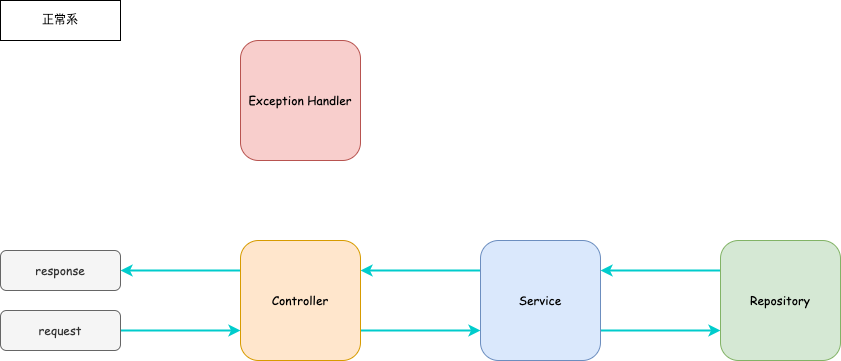
This is text/7. ExceptionHandlerについて/_images/ExceptionHandler-ok.drawio.png from 326-T/springboot-handson, a draw.io export, as it was before one commit. Source tidied: cells renumbered, new cells last; positions are measured from the earlier drawing's top-left corner, leaving out a move shared by most shapes. Source of this version:
```xml
<mxGraphModel>
  <root>
    <mxCell id="0" />
    <mxCell id="1" parent="0" />
    <mxCell id="2" style="edgeStyle=none;html=1;exitX=1;exitY=0.75;exitDx=0;exitDy=0;entryX=0;entryY=0.75;entryDx=0;entryDy=0;fontColor=#0000FF;fontSize=13;strokeColor=#00CCCC;strokeWidth=2;" parent="1" edge="1" source="4" target="6">
      <mxGeometry relative="1" as="geometry" />
    </mxCell>
    <mxCell id="3" style="edgeStyle=none;html=1;exitX=0;exitY=0.25;exitDx=0;exitDy=0;entryX=1;entryY=0.25;entryDx=0;entryDy=0;fontColor=#0000FF;fontSize=13;strokeColor=#00CCCC;strokeWidth=2;" parent="1" edge="1" source="4" target="9">
      <mxGeometry relative="1" as="geometry" />
    </mxCell>
    <mxCell id="4" value="Service" style="whiteSpace=wrap;html=1;fillColor=#dae8fc;strokeColor=#6c8ebf;rounded=1;fontFamily=Comic Sans MS;" parent="1" vertex="1">
      <mxGeometry x="480" y="240" width="120" height="120" as="geometry" />
    </mxCell>
    <mxCell id="5" style="edgeStyle=none;html=1;exitX=0;exitY=0.25;exitDx=0;exitDy=0;entryX=1;entryY=0.25;entryDx=0;entryDy=0;fontColor=#0000FF;fontSize=13;strokeColor=#00CCCC;strokeWidth=2;" parent="1" edge="1" source="6" target="4">
      <mxGeometry relative="1" as="geometry" />
    </mxCell>
    <mxCell id="6" value="Repository" style="whiteSpace=wrap;html=1;fillColor=#d5e8d4;strokeColor=#82b366;rounded=1;fontFamily=Comic Sans MS;" parent="1" vertex="1">
      <mxGeometry x="720" y="240" width="120" height="120" as="geometry" />
    </mxCell>
    <mxCell id="7" style="edgeStyle=none;html=1;exitX=0;exitY=0.25;exitDx=0;exitDy=0;entryX=1;entryY=0.5;entryDx=0;entryDy=0;fontColor=#0000FF;fontSize=13;strokeColor=#00CCCC;strokeWidth=2;" parent="1" edge="1" source="9" target="13">
      <mxGeometry relative="1" as="geometry" />
    </mxCell>
    <mxCell id="8" style="edgeStyle=none;html=1;exitX=1;exitY=0.75;exitDx=0;exitDy=0;entryX=0;entryY=0.75;entryDx=0;entryDy=0;fontColor=#0000FF;fontSize=13;strokeColor=#00CCCC;strokeWidth=2;" parent="1" edge="1" source="9" target="4">
      <mxGeometry relative="1" as="geometry" />
    </mxCell>
    <mxCell id="9" value="Controller" style="whiteSpace=wrap;html=1;rounded=1;fillColor=#ffe6cc;strokeColor=#d79b00;fontFamily=Comic Sans MS;" parent="1" vertex="1">
      <mxGeometry x="240" y="240" width="120" height="120" as="geometry" />
    </mxCell>
    <mxCell id="10" value="Exception Handler" style="whiteSpace=wrap;html=1;rounded=1;fillColor=#f8cecc;strokeColor=#b85450;fontFamily=Comic Sans MS;" parent="1" vertex="1">
      <mxGeometry x="240" y="40" width="120" height="120" as="geometry" />
    </mxCell>
    <mxCell id="11" style="edgeStyle=none;html=1;exitX=1;exitY=0.5;exitDx=0;exitDy=0;entryX=0;entryY=0.75;entryDx=0;entryDy=0;fontColor=#0000FF;fontSize=13;strokeColor=#00CCCC;strokeWidth=2;" parent="1" edge="1" source="12" target="9">
      <mxGeometry relative="1" as="geometry" />
    </mxCell>
    <mxCell id="12" value="request" style="whiteSpace=wrap;html=1;fillColor=#f5f5f5;fontColor=#333333;strokeColor=#666666;rounded=1;fontFamily=Comic Sans MS;" parent="1" vertex="1">
      <mxGeometry y="310" width="120" height="40" as="geometry" />
    </mxCell>
    <mxCell id="13" value="response" style="whiteSpace=wrap;html=1;fillColor=#f5f5f5;fontColor=#333333;strokeColor=#666666;rounded=1;fontFamily=Comic Sans MS;" parent="1" vertex="1">
      <mxGeometry y="250" width="120" height="40" as="geometry" />
    </mxCell>
    <mxCell id="14" value="正常系" style="whiteSpace=wrap;html=1;" parent="1" vertex="1">
      <mxGeometry width="120" height="40" as="geometry" />
    </mxCell>
  </root>
</mxGraphModel>
```
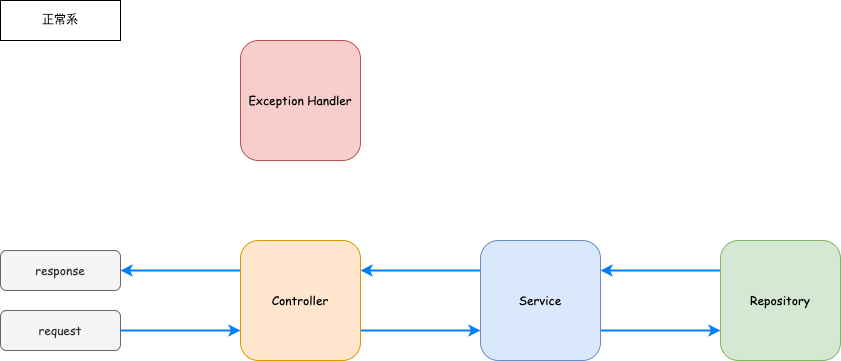
After the commit.

What changed in the source:
```diff
@@ -2,25 +2,25 @@
   <root>
     <mxCell id="0" />
     <mxCell id="1" parent="0" />
-    <mxCell id="2" style="edgeStyle=none;html=1;exitX=1;exitY=0.75;exitDx=0;exitDy=0;entryX=0;entryY=0.75;entryDx=0;entryDy=0;fontColor=#0000FF;fontSize=13;strokeColor=#00CCCC;strokeWidth=2;" parent="1" edge="1" source="4" target="6">
+    <mxCell id="2" style="edgeStyle=none;html=1;exitX=1;exitY=0.75;exitDx=0;exitDy=0;entryX=0;entryY=0.75;entryDx=0;entryDy=0;fontColor=#0000FF;fontSize=13;strokeColor=#007FFF;strokeWidth=2;" parent="1" edge="1" source="4" target="6">
       <mxGeometry relative="1" as="geometry" />
     </mxCell>
-    <mxCell id="3" style="edgeStyle=none;html=1;exitX=0;exitY=0.25;exitDx=0;exitDy=0;entryX=1;entryY=0.25;entryDx=0;entryDy=0;fontColor=#0000FF;fontSize=13;strokeColor=#00CCCC;strokeWidth=2;" parent="1" edge="1" source="4" target="9">
+    <mxCell id="3" style="edgeStyle=none;html=1;exitX=0;exitY=0.25;exitDx=0;exitDy=0;entryX=1;entryY=0.25;entryDx=0;entryDy=0;fontColor=#0000FF;fontSize=13;strokeColor=#007FFF;strokeWidth=2;" parent="1" edge="1" source="4" target="9">
       <mxGeometry relative="1" as="geometry" />
     </mxCell>
     <mxCell id="4" value="Service" style="whiteSpace=wrap;html=1;fillColor=#dae8fc;strokeColor=#6c8ebf;rounded=1;fontFamily=Comic Sans MS;" parent="1" vertex="1">
       <mxGeometry x="480" y="240" width="120" height="120" as="geometry" />
     </mxCell>
-    <mxCell id="5" style="edgeStyle=none;html=1;exitX=0;exitY=0.25;exitDx=0;exitDy=0;entryX=1;entryY=0.25;entryDx=0;entryDy=0;fontColor=#0000FF;fontSize=13;strokeColor=#00CCCC;strokeWidth=2;" parent="1" edge="1" source="6" target="4">
+    <mxCell id="5" style="edgeStyle=none;html=1;exitX=0;exitY=0.25;exitDx=0;exitDy=0;entryX=1;entryY=0.25;entryDx=0;entryDy=0;fontColor=#0000FF;fontSize=13;strokeColor=#007FFF;strokeWidth=2;" parent="1" edge="1" source="6" target="4">
       <mxGeometry relative="1" as="geometry" />
     </mxCell>
     <mxCell id="6" value="Repository" style="whiteSpace=wrap;html=1;fillColor=#d5e8d4;strokeColor=#82b366;rounded=1;fontFamily=Comic Sans MS;" parent="1" vertex="1">
       <mxGeometry x="720" y="240" width="120" height="120" as="geometry" />
     </mxCell>
-    <mxCell id="7" style="edgeStyle=none;html=1;exitX=0;exitY=0.25;exitDx=0;exitDy=0;entryX=1;entryY=0.5;entryDx=0;entryDy=0;fontColor=#0000FF;fontSize=13;strokeColor=#00CCCC;strokeWidth=2;" parent="1" edge="1" source="9" target="13">
+    <mxCell id="7" style="edgeStyle=none;html=1;exitX=0;exitY=0.25;exitDx=0;exitDy=0;entryX=1;entryY=0.5;entryDx=0;entryDy=0;fontColor=#0000FF;fontSize=13;strokeColor=#007FFF;strokeWidth=2;" parent="1" edge="1" source="9" target="13">
       <mxGeometry relative="1" as="geometry" />
     </mxCell>
-    <mxCell id="8" style="edgeStyle=none;html=1;exitX=1;exitY=0.75;exitDx=0;exitDy=0;entryX=0;entryY=0.75;entryDx=0;entryDy=0;fontColor=#0000FF;fontSize=13;strokeColor=#00CCCC;strokeWidth=2;" parent="1" edge="1" source="9" target="4">
+    <mxCell id="8" style="edgeStyle=none;html=1;exitX=1;exitY=0.75;exitDx=0;exitDy=0;entryX=0;entryY=0.75;entryDx=0;entryDy=0;fontColor=#0000FF;fontSize=13;strokeColor=#007FFF;strokeWidth=2;" parent="1" edge="1" source="9" target="4">
       <mxGeometry relative="1" as="geometry" />
     </mxCell>
     <mxCell id="9" value="Controller" style="whiteSpace=wrap;html=1;rounded=1;fillColor=#ffe6cc;strokeColor=#d79b00;fontFamily=Comic Sans MS;" parent="1" vertex="1">
@@ -29,7 +29,7 @@
     <mxCell id="10" value="Exception Handler" style="whiteSpace=wrap;html=1;rounded=1;fillColor=#f8cecc;strokeColor=#b85450;fontFamily=Comic Sans MS;" parent="1" vertex="1">
       <mxGeometry x="240" y="40" width="120" height="120" as="geometry" />
     </mxCell>
-    <mxCell id="11" style="edgeStyle=none;html=1;exitX=1;exitY=0.5;exitDx=0;exitDy=0;entryX=0;entryY=0.75;entryDx=0;entryDy=0;fontColor=#0000FF;fontSize=13;strokeColor=#00CCCC;strokeWidth=2;" parent="1" edge="1" source="12" target="9">
+    <mxCell id="11" style="edgeStyle=none;html=1;exitX=1;exitY=0.5;exitDx=0;exitDy=0;entryX=0;entryY=0.75;entryDx=0;entryDy=0;fontColor=#0000FF;fontSize=13;strokeColor=#007FFF;strokeWidth=2;" parent="1" edge="1" source="12" target="9">
       <mxGeometry relative="1" as="geometry" />
     </mxCell>
     <mxCell id="12" value="request" style="whiteSpace=wrap;html=1;fillColor=#f5f5f5;fontColor=#333333;strokeColor=#666666;rounded=1;fontFamily=Comic Sans MS;" parent="1" vertex="1">
```
